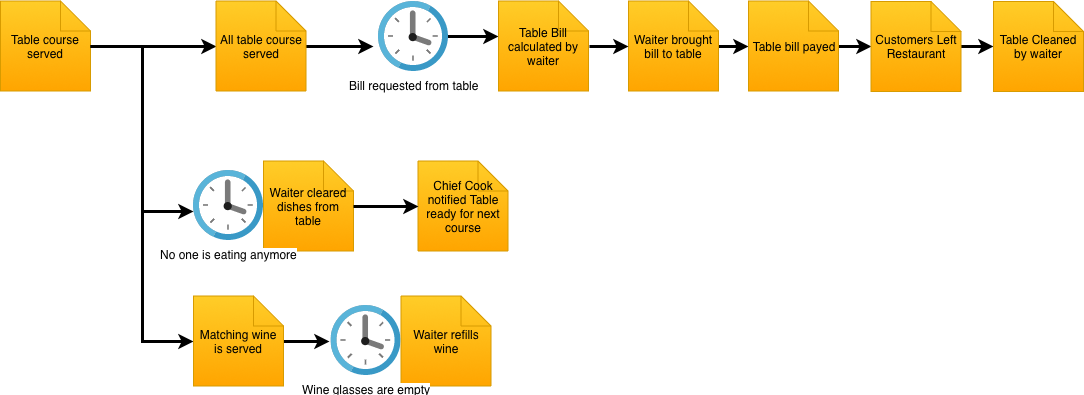
Above: img/posts/events-restaurant/diningOrderEvents.png in tripledio/tripledio.github.io (draw.io), before the change. Source tidied: cells renumbered, new cells last; positions are measured from the earlier drawing's top-left corner, leaving out a move shared by most shapes.
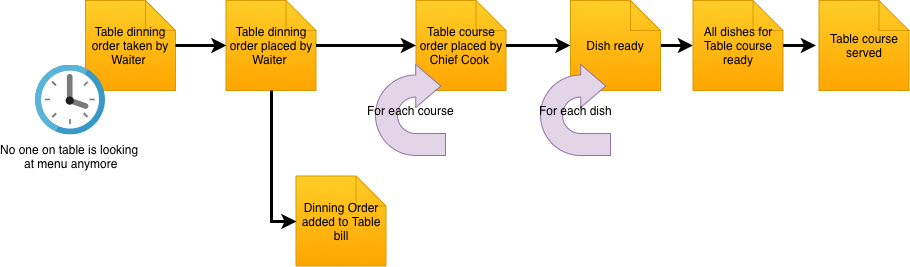
After the commit.

Commit message:
Fixed wrong img on event flow

Change to the diagram source:
```diff
@@ -2,82 +2,55 @@
   <root>
     <mxCell id="0" />
     <mxCell id="1" parent="0" />
-    <mxCell id="2" style="edgeStyle=orthogonalEdgeStyle;rounded=0;jettySize=auto;html=1;entryX=0;entryY=0.5;entryDx=0;entryDy=0;entryPerimeter=0;strokeWidth=3;fontStyle=0;" parent="1" edge="1" source="3" target="26">
-      <mxGeometry relative="1" as="geometry" />
+    <mxCell id="2" value="&lt;span&gt;Table dinning order taken by Waiter&amp;nbsp;&lt;/span&gt;&lt;br&gt;" style="shape=note;whiteSpace=wrap;html=1;backgroundOutline=1;fillColor=#ffcd28;strokeColor=#d79b00;gradientColor=#ffa500;fontStyle=0;" parent="1" vertex="1">
+      <mxGeometry x="60" y="-324" width="90" height="90" as="geometry" />
     </mxCell>
-    <mxCell id="3" value="&lt;span&gt;Table course served&lt;/span&gt;&lt;br&gt;" style="shape=note;whiteSpace=wrap;html=1;backgroundOutline=1;fillColor=#ffcd28;strokeColor=#d79b00;gradientColor=#ffa500;fontStyle=0;" parent="1" vertex="1">
-      <mxGeometry y="0.5" width="90" height="90" as="geometry" />
+    <mxCell id="3" value="&lt;span&gt;Table dinning order placed by Waiter&amp;nbsp;&lt;/span&gt;&lt;br&gt;" style="shape=note;whiteSpace=wrap;html=1;backgroundOutline=1;fillColor=#ffcd28;strokeColor=#d79b00;gradientColor=#ffa500;fontStyle=0;" parent="1" vertex="1">
+      <mxGeometry x="200.5" y="-324" width="90" height="90" as="geometry" />
     </mxCell>
-    <mxCell id="4" style="edgeStyle=orthogonalEdgeStyle;rounded=0;html=1;entryX=0;entryY=0.5;entryDx=0;entryDy=0;entryPerimeter=0;jettySize=auto;strokeColor=#000000;strokeWidth=3;fontStyle=0;" parent="1" edge="1" source="3" target="6">
+    <mxCell id="4" style="edgeStyle=orthogonalEdgeStyle;rounded=0;html=1;entryX=0;entryY=0.5;entryDx=0;entryDy=0;entryPerimeter=0;jettySize=auto;strokeWidth=3;fontStyle=0;" parent="1" edge="1" source="2" target="3">
       <mxGeometry relative="1" as="geometry" />
     </mxCell>
-    <mxCell id="5" style="edgeStyle=orthogonalEdgeStyle;rounded=0;html=1;jettySize=auto;strokeColor=#000000;strokeWidth=3;fontStyle=0;" parent="1" edge="1" source="6">
-      <mxGeometry relative="1" as="geometry">
-        <mxPoint x="373" y="46" as="targetPoint" />
-      </mxGeometry>
+    <mxCell id="5" value="&lt;span&gt;Table course order placed by Chief Cook&amp;nbsp;&lt;/span&gt;&lt;br&gt;" style="shape=note;whiteSpace=wrap;html=1;backgroundOutline=1;fillColor=#ffcd28;strokeColor=#d79b00;gradientColor=#ffa500;fontStyle=0;" parent="1" vertex="1">
+      <mxGeometry x="390.5" y="-324" width="90" height="90" as="geometry" />
     </mxCell>
-    <mxCell id="6" value="&lt;span&gt;All table course served&lt;/span&gt;&lt;br&gt;" style="shape=note;whiteSpace=wrap;html=1;backgroundOutline=1;fillColor=#ffcd28;strokeColor=#d79b00;gradientColor=#ffa500;fontStyle=0;" parent="1" vertex="1">
-      <mxGeometry x="215.5" y="0.5" width="90" height="90" as="geometry" />
+    <mxCell id="6" style="edgeStyle=orthogonalEdgeStyle;rounded=0;html=1;jettySize=auto;strokeWidth=3;fontStyle=0;" parent="1" edge="1" source="3" target="5">
+      <mxGeometry relative="1" as="geometry" />
     </mxCell>
-    <mxCell id="7" style="edgeStyle=orthogonalEdgeStyle;rounded=0;html=1;entryX=0;entryY=0.394;entryDx=0;entryDy=0;entryPerimeter=0;jettySize=auto;strokeColor=#000000;strokeWidth=3;fontStyle=0;" parent="1" edge="1" source="8" target="14">
+    <mxCell id="7" style="edgeStyle=orthogonalEdgeStyle;rounded=0;html=1;jettySize=auto;strokeColor=#000000;strokeWidth=3;fontStyle=0;" parent="1" edge="1" source="8" target="10">
       <mxGeometry relative="1" as="geometry" />
     </mxCell>
-    <mxCell id="8" value="&lt;span&gt;Bill requested from table&lt;/span&gt;" style="html=1;perimeter=none;align=center;shadow=0;dashed=0;image;fontSize=12;image=img/lib/mscae/Clock.svg;fontStyle=0;" parent="1" vertex="1">
-      <mxGeometry x="378" y="1" width="70" height="70" as="geometry" />
+    <mxCell id="8" value="&lt;span&gt;Dish ready&lt;/span&gt;&lt;br&gt;" style="shape=note;whiteSpace=wrap;html=1;backgroundOutline=1;fillColor=#ffcd28;strokeColor=#d79b00;gradientColor=#ffa500;fontStyle=0;" parent="1" vertex="1">
+      <mxGeometry x="545" y="-324" width="90" height="90" as="geometry" />
     </mxCell>
-    <mxCell id="9" style="edgeStyle=orthogonalEdgeStyle;rounded=0;html=1;entryX=0;entryY=0.5;entryDx=0;entryDy=0;entryPerimeter=0;jettySize=auto;strokeColor=#000000;strokeWidth=3;fontStyle=0;" parent="1" edge="1" source="10" target="13">
+    <mxCell id="9" style="edgeStyle=orthogonalEdgeStyle;rounded=0;html=1;entryX=0;entryY=0.5;entryDx=0;entryDy=0;entryPerimeter=0;jettySize=auto;strokeWidth=3;fontStyle=0;" parent="1" edge="1" source="5" target="8">
       <mxGeometry relative="1" as="geometry" />
     </mxCell>
-    <mxCell id="10" value="&lt;span&gt;Waiter brought bill to table&lt;/span&gt;" style="shape=note;whiteSpace=wrap;html=1;backgroundOutline=1;fillColor=#ffcd28;strokeColor=#d79b00;gradientColor=#ffa500;fontStyle=0;" parent="1" vertex="1">
-      <mxGeometry x="628" y="0.5" width="90" height="90" as="geometry" />
+    <mxCell id="10" value="&lt;span&gt;All dishes for Table course ready&lt;/span&gt;&lt;br&gt;" style="shape=note;whiteSpace=wrap;html=1;backgroundOutline=1;fillColor=#ffcd28;strokeColor=#d79b00;gradientColor=#ffa500;fontStyle=0;" parent="1" vertex="1">
+      <mxGeometry x="667.5" y="-324" width="90" height="90" as="geometry" />
     </mxCell>
-    <mxCell id="11" style="edgeStyle=orthogonalEdgeStyle;rounded=0;html=1;entryX=0;entryY=0.5;entryDx=0;entryDy=0;entryPerimeter=0;jettySize=auto;strokeWidth=3;exitX=1.011;exitY=0.5;exitDx=0;exitDy=0;exitPerimeter=0;fontStyle=0;" parent="1" edge="1" source="14" target="10">
-      <mxGeometry relative="1" as="geometry" />
+    <mxCell id="11" value="&lt;span&gt;For each course&lt;/span&gt;" style="html=1;shadow=0;dashed=0;align=center;verticalAlign=middle;shape=mxgraph.arrows2.uTurnArrow;dy=11;arrowHead=43;dx2=25;fillColor=#e1d5e7;strokeColor=#9673a6;fontStyle=0;" parent="1" vertex="1">
+      <mxGeometry x="350" y="-260" width="70" height="91" as="geometry" />
     </mxCell>
-    <mxCell id="12" style="edgeStyle=orthogonalEdgeStyle;rounded=0;html=1;entryX=0;entryY=0.5;entryDx=0;entryDy=0;entryPerimeter=0;jettySize=auto;strokeColor=#000000;strokeWidth=3;fontStyle=0;" parent="1" edge="1" source="13" target="16">
-      <mxGeometry relative="1" as="geometry" />
+    <mxCell id="12" value="&lt;span&gt;For each dish&lt;/span&gt;" style="html=1;shadow=0;dashed=0;align=center;verticalAlign=middle;shape=mxgraph.arrows2.uTurnArrow;dy=11;arrowHead=43;dx2=25;fillColor=#e1d5e7;strokeColor=#9673a6;fontStyle=0;" parent="1" vertex="1">
+      <mxGeometry x="515" y="-260" width="70" height="91" as="geometry" />
     </mxCell>
-    <mxCell id="13" value="&lt;span&gt;Table bill payed&lt;/span&gt;" style="shape=note;whiteSpace=wrap;html=1;backgroundOutline=1;fillColor=#ffcd28;strokeColor=#d79b00;gradientColor=#ffa500;fontStyle=0;" parent="1" vertex="1">
-      <mxGeometry x="748" y="0.5" width="90" height="90" as="geometry" />
+    <mxCell id="13" value="&lt;span&gt;No one on table is looking &lt;br&gt;at menu anymore&lt;/span&gt;" style="html=1;perimeter=none;align=center;shadow=0;dashed=0;image;fontSize=12;image=img/lib/mscae/Clock.svg;fontStyle=0;" parent="1" vertex="1">
+      <mxGeometry x="10" y="-259.5" width="70" height="70" as="geometry" />
     </mxCell>
-    <mxCell id="14" value="&lt;span&gt;Table Bill calculated by waiter&lt;/span&gt;" style="shape=note;whiteSpace=wrap;html=1;backgroundOutline=1;fillColor=#ffcd28;strokeColor=#d79b00;gradientColor=#ffa500;fontStyle=0;" parent="1" vertex="1">
-      <mxGeometry x="498" y="0.5" width="90" height="90" as="geometry" />
+    <mxCell id="14" value="&lt;span&gt;Dinning Order added to Table bill&lt;/span&gt;&lt;br&gt;" style="shape=note;whiteSpace=wrap;html=1;backgroundOutline=1;fillColor=#ffcd28;strokeColor=#d79b00;gradientColor=#ffa500;fontStyle=0;" parent="1" vertex="1">
+      <mxGeometry x="270.5" y="-148.5" width="90" height="90" as="geometry" />
     </mxCell>
-    <mxCell id="15" style="edgeStyle=orthogonalEdgeStyle;rounded=0;html=1;jettySize=auto;strokeColor=#000000;strokeWidth=3;fontStyle=0;" parent="1" edge="1" source="16" target="17">
+    <mxCell id="15" style="edgeStyle=orthogonalEdgeStyle;rounded=0;html=1;entryX=0;entryY=0.5;entryDx=0;entryDy=0;entryPerimeter=0;jettySize=auto;strokeColor=#000000;strokeWidth=3;fontStyle=0;" parent="1" edge="1" source="3" target="14">
       <mxGeometry relative="1" as="geometry" />
     </mxCell>
-    <mxCell id="16" value="&lt;span&gt;Customers Left Restaurant&lt;/span&gt;&lt;br&gt;" style="shape=note;whiteSpace=wrap;html=1;backgroundOutline=1;fillColor=#ffcd28;strokeColor=#d79b00;gradientColor=#ffa500;fontStyle=0;" parent="1" vertex="1">
-      <mxGeometry x="870.5" y="1" width="90" height="90" as="geometry" />
+    <mxCell id="16" value="&lt;span&gt;Table course served&lt;/span&gt;&lt;br&gt;" style="shape=note;whiteSpace=wrap;html=1;backgroundOutline=1;fillColor=#ffcd28;strokeColor=#d79b00;gradientColor=#ffa500;fontStyle=0;" parent="1" vertex="1">
+      <mxGeometry x="793.5" y="-324" width="90" height="90" as="geometry" />
     </mxCell>
-    <mxCell id="17" value="&lt;span&gt;Table Cleaned by waiter&lt;/span&gt;&lt;br&gt;" style="shape=note;whiteSpace=wrap;html=1;backgroundOutline=1;fillColor=#ffcd28;strokeColor=#d79b00;gradientColor=#ffa500;fontStyle=0;" parent="1" vertex="1">
-      <mxGeometry x="993" y="1" width="90" height="90" as="geometry" />
+    <mxCell id="17" style="edgeStyle=orthogonalEdgeStyle;rounded=0;html=1;jettySize=auto;strokeColor=#000000;strokeWidth=3;fontStyle=0;" parent="1" edge="1" source="10">
+      <mxGeometry relative="1" as="geometry">
+        <mxPoint x="790.5" y="-279" as="targetPoint" />
+      </mxGeometry>
     </mxCell>
-    <mxCell id="18" value="&lt;span&gt;Waiter cleared dishes from table&lt;/span&gt;" style="shape=note;whiteSpace=wrap;html=1;backgroundOutline=1;fillColor=#ffcd28;strokeColor=#d79b00;gradientColor=#ffa500;fontStyle=0;" parent="1" vertex="1">
-      <mxGeometry x="263" y="160.5" width="90" height="90" as="geometry" />
-    </mxCell>
-    <mxCell id="19" value="&lt;span&gt;No one is eating anymore&lt;/span&gt;" style="html=1;perimeter=none;align=center;shadow=0;dashed=0;image;fontSize=12;image=img/lib/mscae/Clock.svg;fontStyle=0;" parent="1" vertex="1">
-      <mxGeometry x="193" y="170" width="70" height="70" as="geometry" />
-    </mxCell>
-    <mxCell id="20" value="&lt;span&gt;Chief Cook notified Table ready for next course&lt;/span&gt;&lt;br&gt;" style="shape=note;whiteSpace=wrap;html=1;backgroundOutline=1;fillColor=#ffcd28;strokeColor=#d79b00;gradientColor=#ffa500;fontStyle=0;" parent="1" vertex="1">
-      <mxGeometry x="417.5" y="160.5" width="90" height="90" as="geometry" />
-    </mxCell>
-    <mxCell id="21" style="edgeStyle=orthogonalEdgeStyle;rounded=0;html=1;entryX=0;entryY=0.5;entryDx=0;entryDy=0;entryPerimeter=0;jettySize=auto;strokeColor=#000000;strokeWidth=3;fontStyle=0;" parent="1" edge="1" source="18" target="20">
-      <mxGeometry relative="1" as="geometry" />
-    </mxCell>
-    <mxCell id="22" style="edgeStyle=orthogonalEdgeStyle;rounded=0;html=1;entryX=0;entryY=0.579;entryDx=0;entryDy=0;entryPerimeter=0;jettySize=auto;strokeWidth=3;fontStyle=0;" parent="1" edge="1" source="3" target="19">
-      <mxGeometry relative="1" as="geometry" />
-    </mxCell>
-    <mxCell id="23" value="&lt;span&gt;Waiter refills wine&lt;/span&gt;" style="shape=note;whiteSpace=wrap;html=1;backgroundOutline=1;fillColor=#ffcd28;strokeColor=#d79b00;gradientColor=#ffa500;fontStyle=0;" parent="1" vertex="1">
-      <mxGeometry x="400.5" y="295.5" width="90" height="90" as="geometry" />
-    </mxCell>
-    <mxCell id="24" value="&lt;span&gt;Wine glasses are empty&lt;/span&gt;" style="html=1;perimeter=none;align=center;shadow=0;dashed=0;image;fontSize=12;image=img/lib/mscae/Clock.svg;fontStyle=0;" parent="1" vertex="1">
-      <mxGeometry x="330.5" y="305" width="70" height="70" as="geometry" />
-    </mxCell>
-    <mxCell id="25" style="edgeStyle=orthogonalEdgeStyle;rounded=0;jettySize=auto;html=1;entryX=-0.021;entryY=0.514;entryDx=0;entryDy=0;entryPerimeter=0;strokeWidth=3;fontStyle=0;" parent="1" edge="1" source="26" target="24">
-      <mxGeometry relative="1" as="geometry" />
-    </mxCell>
-    <mxCell id="26" value="&lt;span&gt;Matching wine is served&lt;/span&gt;&lt;br&gt;" style="shape=note;whiteSpace=wrap;html=1;backgroundOutline=1;fillColor=#ffcd28;strokeColor=#d79b00;gradientColor=#ffa500;fontStyle=0;" parent="1" vertex="1">
-      <mxGeometry x="193" y="295.5" width="90" height="90" as="geometry" />
-    </mxCell>
   </root>
 </mxGraphModel>
```
